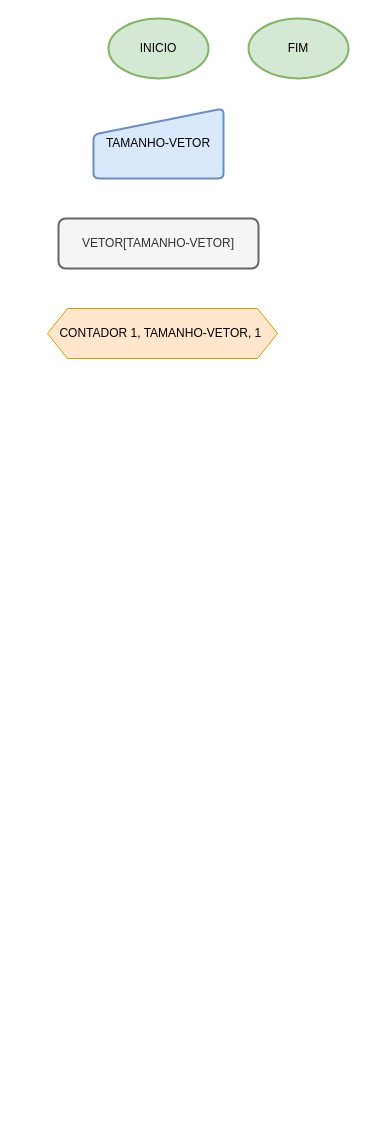
Earlier version of the draw.io diagram fluxogramas/Vetor_Ex_Proposto_001.drawio (thisouza01/bootcamp-cobol). Source tidied: cells renumbered, new cells numbered last; positions are measured from the earlier drawing's top-left corner, leaving out a move shared by most shapes. Both pictures are drawn from the tidied source at 100%, with x=0, y=0 at pixel (47, 18).
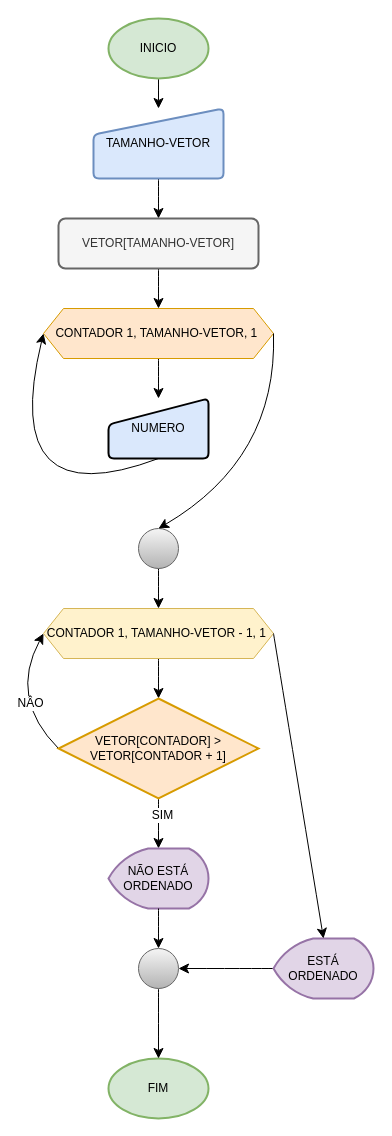
The same diagram, later.

Unchanged cells that the change refers to:
```xml
<mxCell id="3" value="INICIO" style="strokeWidth=2;html=1;shape=mxgraph.flowchart.start_1;whiteSpace=wrap;fillColor=#d5e8d4;strokeColor=#82b366;" parent="1" vertex="1">
  <mxGeometry x="61" width="100" height="60" as="geometry" />
</mxCell>
<mxCell id="4" value="TAMANHO-VETOR" style="html=1;strokeWidth=2;shape=manualInput;whiteSpace=wrap;rounded=1;size=26;arcSize=11;fillColor=#dae8fc;strokeColor=#6c8ebf;" parent="1" vertex="1">
  <mxGeometry x="46" y="90" width="130" height="70" as="geometry" />
</mxCell>
<mxCell id="5" value="VETOR[TAMANHO-VETOR]" style="rounded=1;whiteSpace=wrap;html=1;absoluteArcSize=1;arcSize=14;strokeWidth=2;fillColor=#f5f5f5;fontColor=#333333;strokeColor=#666666;" parent="1" vertex="1">
  <mxGeometry x="11" y="200" width="200" height="50" as="geometry" />
</mxCell>
```

Change to the diagram source:
```diff
@@
     <mxCell id="2" value="FIM" style="strokeWidth=2;html=1;shape=mxgraph.flowchart.start_1;whiteSpace=wrap;fillColor=#d5e8d4;strokeColor=#82b366;" parent="1" vertex="1">
-      <mxGeometry x="201" width="100" height="60" as="geometry" />
+      <mxGeometry x="61" y="1040" width="100" height="60" as="geometry" />
     </mxCell>
+    <mxCell id="7" style="edgeStyle=none;curved=1;rounded=0;jettySize=auto;html=1;exitX=0.5;exitY=1;exitDx=0;exitDy=0;exitPerimeter=0;entryX=0.5;entryY=0;entryDx=0;entryDy=0;fontSize=12;startSize=8;endSize=8;" parent="1" edge="1" source="3" target="4">
+      <mxGeometry relative="1" as="geometry" />
+    </mxCell>
@@
+    <mxCell id="8" style="edgeStyle=none;curved=1;rounded=0;jettySize=auto;html=1;exitX=0.5;exitY=1;exitDx=0;exitDy=0;entryX=0.5;entryY=0;entryDx=0;entryDy=0;fontSize=12;startSize=8;endSize=8;" parent="1" edge="1" source="4" target="5">
+      <mxGeometry relative="1" as="geometry" />
+    </mxCell>
@@
+    <mxCell id="9" style="edgeStyle=none;curved=1;rounded=0;jettySize=auto;html=1;exitX=0.5;exitY=1;exitDx=0;exitDy=0;entryX=0.5;entryY=0;entryDx=0;entryDy=0;fontSize=12;startSize=8;endSize=8;" parent="1" edge="1" source="5" target="6">
+      <mxGeometry relative="1" as="geometry" />
+    </mxCell>
@@
+    <mxCell id="10" style="edgeStyle=none;curved=1;rounded=0;jettySize=auto;html=1;fontSize=12;startSize=8;endSize=8;" parent="1" edge="1" source="6" target="12">
+      <mxGeometry relative="1" as="geometry" />
+    </mxCell>
     <mxCell id="6" value="CONTADOR 1, TAMANHO-VETOR, 1&amp;nbsp;" style="shape=hexagon;perimeter=hexagonPerimeter2;whiteSpace=wrap;html=1;fixedSize=1;fillColor=#ffe6cc;strokeColor=#d79b00;" parent="1" vertex="1">
-      <mxGeometry y="290" width="230" height="50" as="geometry" />
+      <mxGeometry x="-4" y="290" width="230" height="50" as="geometry" />
     </mxCell>
+    <mxCell id="11" style="edgeStyle=none;curved=1;rounded=0;jettySize=auto;html=1;exitX=0.5;exitY=1;exitDx=0;exitDy=0;entryX=0;entryY=0.5;entryDx=0;entryDy=0;fontSize=12;startSize=8;endSize=8;flowAnimation=0;shadow=0;" parent="1" edge="1" source="12" target="6">
+      <mxGeometry relative="1" as="geometry">
+        <Array as="points">
+          <mxPoint x="-49" y="500" />
+        </Array>
+      </mxGeometry>
+    </mxCell>
+    <mxCell id="12" value="NUMERO" style="html=1;strokeWidth=2;shape=manualInput;whiteSpace=wrap;rounded=1;size=26;arcSize=11;fillColor=#dae8fc;strokeColor=default;" parent="1" vertex="1">
+      <mxGeometry x="61" y="380" width="100" height="60" as="geometry" />
+    </mxCell>
+    <mxCell id="13" style="edgeStyle=none;curved=1;rounded=0;jettySize=auto;html=1;fontSize=12;startSize=8;endSize=8;" parent="1" edge="1" source="14" target="17">
+      <mxGeometry relative="1" as="geometry" />
+    </mxCell>
+    <mxCell id="14" style="verticalLabelPosition=bottom;verticalAlign=top;html=1;shape=mxgraph.flowchart.on-page_reference;fillColor=#f5f5f5;gradientColor=#b3b3b3;strokeColor=#666666;" parent="1" vertex="1">
+      <mxGeometry x="91" y="510" width="40" height="40" as="geometry" />
+    </mxCell>
+    <mxCell id="15" style="edgeStyle=none;curved=1;rounded=0;jettySize=auto;html=1;exitX=1;exitY=0.5;exitDx=0;exitDy=0;entryX=0.5;entryY=0;entryDx=0;entryDy=0;entryPerimeter=0;fontSize=12;startSize=8;endSize=8;" parent="1" edge="1" source="6" target="14">
+      <mxGeometry relative="1" as="geometry">
+        <Array as="points">
+          <mxPoint x="230" y="440" />
+        </Array>
+      </mxGeometry>
+    </mxCell>
+    <mxCell id="16" style="edgeStyle=none;curved=1;rounded=0;jettySize=auto;html=1;fontSize=12;startSize=8;endSize=8;" parent="1" edge="1" source="17" target="22">
+      <mxGeometry relative="1" as="geometry" />
+    </mxCell>
+    <mxCell id="17" value="CONTADOR 1, TAMANHO-VETOR - 1, 1&amp;nbsp;" style="shape=hexagon;perimeter=hexagonPerimeter2;whiteSpace=wrap;html=1;fixedSize=1;fillColor=#fff2cc;strokeColor=#d6b656;" parent="1" vertex="1">
+      <mxGeometry x="-4" y="590" width="230" height="50" as="geometry" />
+    </mxCell>
+    <mxCell id="18" style="edgeStyle=none;curved=1;rounded=0;jettySize=auto;html=1;fontSize=12;startSize=8;endSize=8;" parent="1" edge="1" source="22" target="24">
+      <mxGeometry relative="1" as="geometry" />
+    </mxCell>
+    <mxCell id="19" value="SIM" style="edgeLabel;html=1;align=center;verticalAlign=middle;fontSize=12;" parent="18" vertex="1">
+      <mxGeometry x="-0.34" y="3" relative="1" as="geometry" />
+    </mxCell>
+    <mxCell id="20" style="edgeStyle=none;curved=1;rounded=0;jettySize=auto;html=1;exitX=0;exitY=0.5;exitDx=0;exitDy=0;exitPerimeter=0;entryX=0;entryY=0.5;entryDx=0;entryDy=0;fontSize=12;startSize=8;endSize=8;" parent="1" edge="1" source="22" target="17">
+      <mxGeometry relative="1" as="geometry">
+        <Array as="points">
+          <mxPoint x="-39" y="680" />
+        </Array>
+      </mxGeometry>
+    </mxCell>
+    <mxCell id="21" value="NÂO" style="edgeLabel;html=1;align=center;verticalAlign=middle;fontSize=12;" parent="20" vertex="1">
+      <mxGeometry x="-0.26" y="-12" relative="1" as="geometry" />
+    </mxCell>
+    <mxCell id="22" value="VETOR[CONTADOR] &amp;gt; VETOR[CONTADOR + 1]" style="strokeWidth=2;html=1;shape=mxgraph.flowchart.decision;whiteSpace=wrap;fillColor=#ffe6cc;strokeColor=#d79b00;" parent="1" vertex="1">
+      <mxGeometry x="11" y="680" width="200" height="100" as="geometry" />
+    </mxCell>
+    <mxCell id="23" style="edgeStyle=none;curved=1;rounded=0;jettySize=auto;html=1;exitX=0.5;exitY=1;exitDx=0;exitDy=0;exitPerimeter=0;fontSize=12;startSize=8;endSize=8;" parent="1" edge="1" target="28">
+      <mxGeometry relative="1" as="geometry">
+        <mxPoint x="101" y="930" as="sourcePoint" />
+      </mxGeometry>
+    </mxCell>
+    <mxCell id="24" value="NÃO ESTÁ ORDENADO" style="strokeWidth=2;html=1;shape=mxgraph.flowchart.display;whiteSpace=wrap;fillColor=#e1d5e7;strokeColor=#9673a6;" parent="1" vertex="1">
+      <mxGeometry x="61" y="830" width="100" height="60" as="geometry" />
+    </mxCell>
+    <mxCell id="25" style="edgeStyle=none;curved=1;rounded=0;jettySize=auto;html=1;fontSize=12;startSize=8;endSize=8;" parent="1" edge="1" source="26" target="28">
+      <mxGeometry relative="1" as="geometry" />
+    </mxCell>
+    <mxCell id="26" value="ESTÁ ORDENADO" style="strokeWidth=2;html=1;shape=mxgraph.flowchart.display;whiteSpace=wrap;fillColor=#e1d5e7;strokeColor=#9673a6;" parent="1" vertex="1">
+      <mxGeometry x="226" y="920" width="100" height="60" as="geometry" />
+    </mxCell>
+    <mxCell id="27" style="edgeStyle=none;curved=1;rounded=0;jettySize=auto;html=1;fontSize=12;startSize=8;endSize=8;" parent="1" edge="1" source="28" target="2">
+      <mxGeometry relative="1" as="geometry" />
+    </mxCell>
+    <mxCell id="28" style="verticalLabelPosition=bottom;verticalAlign=top;html=1;shape=mxgraph.flowchart.on-page_reference;fillColor=#f5f5f5;gradientColor=#b3b3b3;strokeColor=#666666;" parent="1" vertex="1">
+      <mxGeometry x="91" y="930" width="40" height="40" as="geometry" />
+    </mxCell>
+    <mxCell id="29" style="edgeStyle=none;curved=1;rounded=0;jettySize=auto;html=1;exitX=0.5;exitY=1;exitDx=0;exitDy=0;exitPerimeter=0;entryX=0.5;entryY=0;entryDx=0;entryDy=0;entryPerimeter=0;fontSize=12;startSize=8;endSize=8;" parent="1" edge="1" source="24" target="28">
+      <mxGeometry relative="1" as="geometry" />
+    </mxCell>
+    <mxCell id="30" style="edgeStyle=none;curved=1;rounded=0;jettySize=auto;html=1;exitX=1;exitY=0.5;exitDx=0;exitDy=0;entryX=0.5;entryY=0;entryDx=0;entryDy=0;entryPerimeter=0;fontSize=12;startSize=8;endSize=8;" parent="1" edge="1" source="17" target="26">
+      <mxGeometry relative="1" as="geometry" />
+    </mxCell>
```
